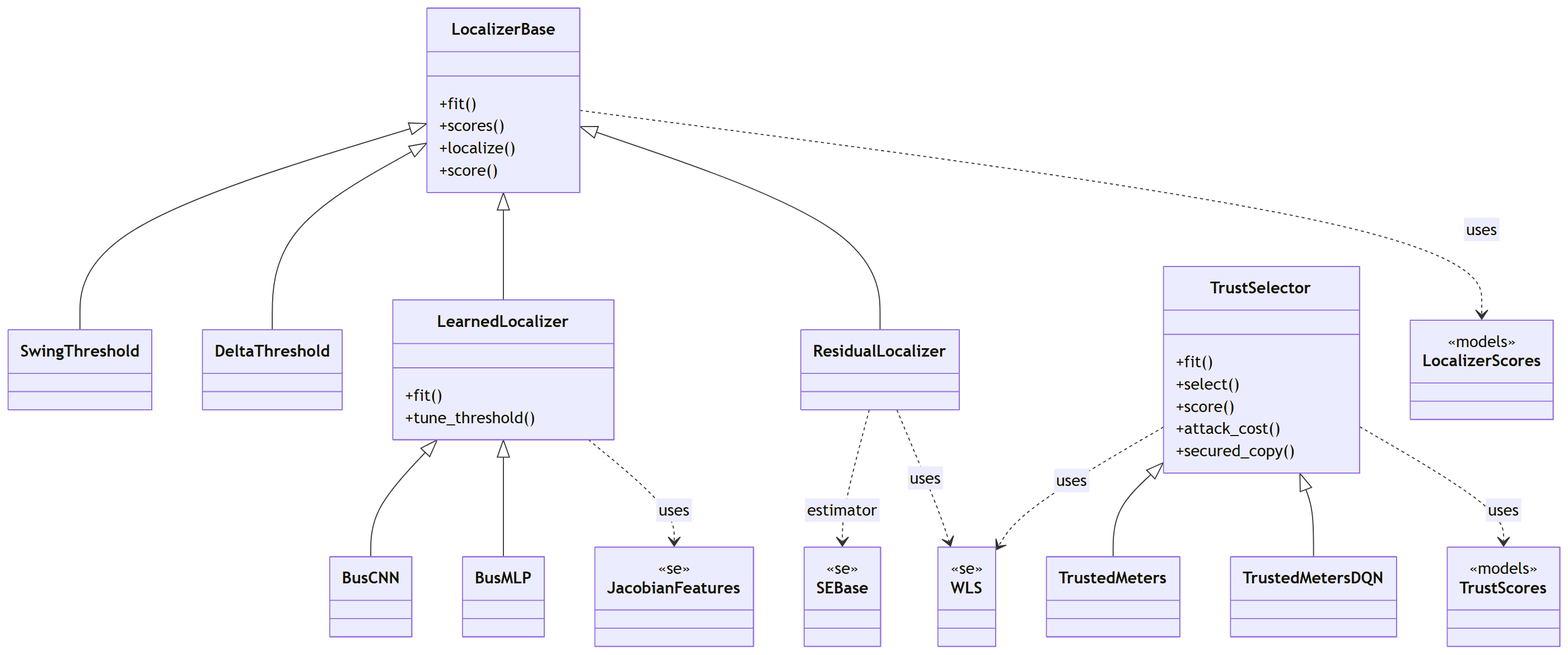
Above: docs/figures/diagrams/classes_localization_trust.png in myersben9/fdia-graph (Mermaid), before the change. Its source is kept beside it as docs/figures/diagrams/classes_localization_trust.mmd.
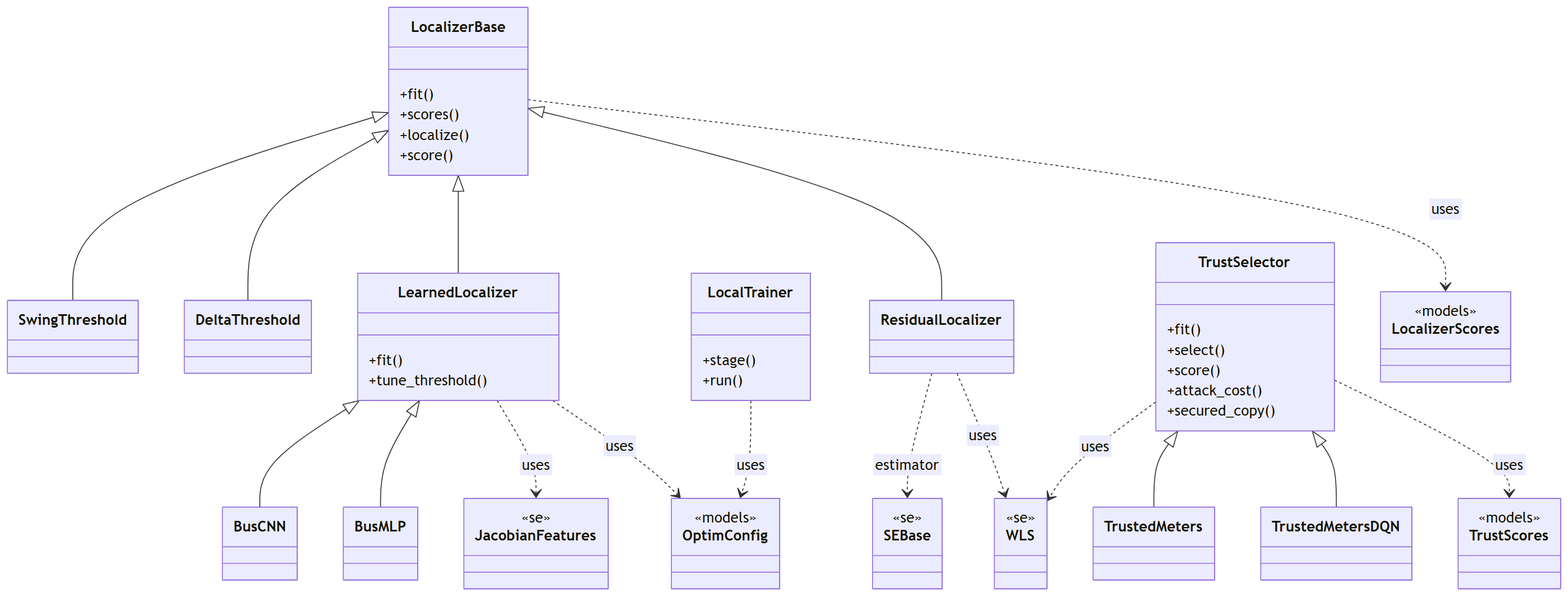
Above is the later version.

Change to the diagram source:
```diff
@@ -14,6 +14,10 @@
     class LearnedLocalizer {
         +fit()
         +tune_threshold()
+    }
+    class LocalTrainer {
+        +stage()
+        +run()
     }
     class BusCNN {
     }
@@ -36,6 +40,9 @@
     class LocalizerScores {
         <<models>>
     }
+    class OptimConfig {
+        <<models>>
+    }
     class SEBase {
         <<se>>
     }
@@ -54,6 +61,8 @@
     TrustSelector <|-- TrustedMeters
     TrustSelector <|-- TrustedMetersDQN
     LearnedLocalizer ..> JacobianFeatures : uses
+    LearnedLocalizer ..> OptimConfig : uses
+    LocalTrainer ..> OptimConfig : uses
     LocalizerBase ..> LocalizerScores : uses
     ResidualLocalizer ..> SEBase : estimator
     ResidualLocalizer ..> WLS : uses
```
